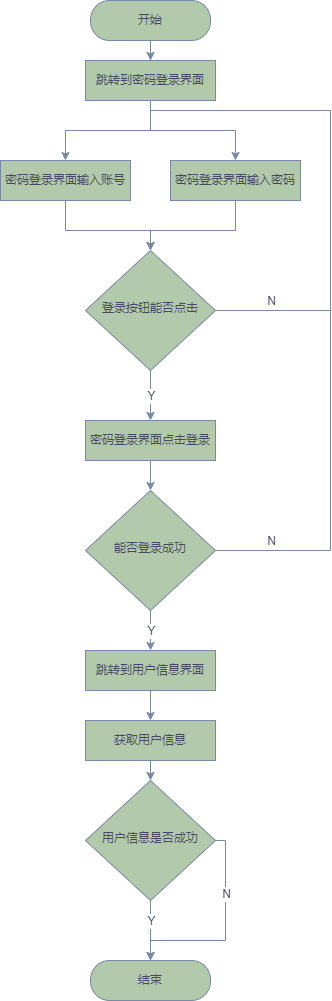
This is x9hp/人脸登录流程图.png from notigit/Image, a draw.io export, as it was before one commit. Source tidied: cells renumbered, new cells last; positions are measured from the earlier drawing's top-left corner, leaving out a move shared by most shapes.
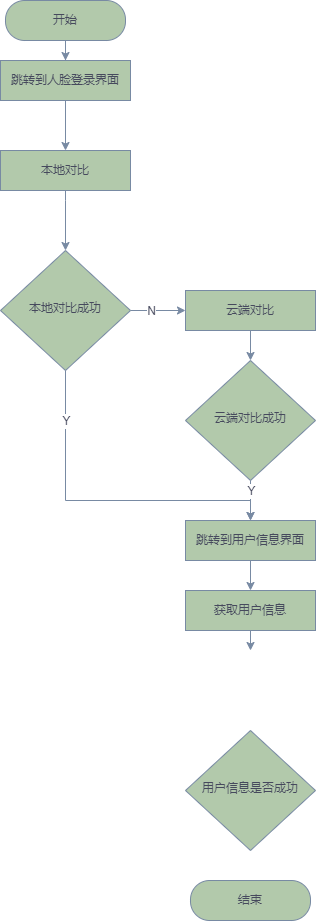
Later version of the same file.

Commit message:
更新人脸登录流程图.png

The edit, as a diff of the source:
```diff
@@ -2,9 +2,6 @@
   <root>
     <mxCell id="0" />
     <mxCell id="1" parent="0" />
-    <mxCell id="2" style="rounded=0;html=1;jettySize=auto;fontSize=11;endArrow=classic;endFill=1;strokeWidth=1;shadow=0;labelBackgroundColor=none;edgeStyle=orthogonalEdgeStyle;strokeColor=#788AA3;fontColor=#46495D;entryX=0.5;entryY=0;entryDx=0;entryDy=0;exitX=0.5;exitY=1;exitDx=0;exitDy=0;" parent="1" edge="1" source="31" target="10">
-      <mxGeometry relative="1" as="geometry" />
-    </mxCell>
     <mxCell id="3" style="edgeStyle=orthogonalEdgeStyle;rounded=0;jettySize=auto;html=1;entryX=0.5;entryY=0;entryDx=0;entryDy=0;fontColor=#46495D;startArrow=none;startFill=0;endArrow=classic;endFill=1;strokeColor=#788AA3;fillColor=#B2C9AB;exitX=0.5;exitY=1;exitDx=0;exitDy=0;" parent="1" edge="1" source="31" target="12">
       <mxGeometry relative="1" as="geometry" />
     </mxCell>
@@ -14,127 +11,83 @@
     <mxCell id="5" value="开始" style="rounded=1;whiteSpace=wrap;html=1;fontSize=12;glass=0;strokeWidth=1;shadow=0;absoluteArcSize=0;arcSize=48;fillColor=#B2C9AB;strokeColor=#788AA3;fontColor=#46495D;" parent="1" vertex="1">
       <mxGeometry x="90" width="120" height="40" as="geometry" />
     </mxCell>
+    <mxCell id="34" style="edgeStyle=orthogonalEdgeStyle;rounded=0;jettySize=auto;html=1;entryX=0;entryY=0.5;entryDx=0;entryDy=0;strokeColor=#788AA3;fontColor=#46495D;" parent="1" edge="1" source="6" target="14">
+      <mxGeometry relative="1" as="geometry">
+        <Array as="points">
+          <mxPoint x="240" y="310" />
+          <mxPoint x="240" y="310" />
+        </Array>
+      </mxGeometry>
+    </mxCell>
+    <mxCell id="35" value="N" style="edgeLabel;html=1;align=center;verticalAlign=middle;fontColor=#46495D;" parent="34" vertex="1">
+      <mxGeometry x="-0.3" relative="1" as="geometry" />
+    </mxCell>
-    <mxCell id="6" value="登录按钮能否点击" style="rhombus;whiteSpace=wrap;html=1;shadow=0;fontFamily=Helvetica;fontSize=12;align=center;strokeWidth=1;spacing=6;spacingTop=-4;fillColor=#B2C9AB;strokeColor=#788AA3;fontColor=#46495D;rounded=0;" parent="1" vertex="1">
+    <mxCell id="6" value="本地对比成功" style="rhombus;whiteSpace=wrap;html=1;shadow=0;fontFamily=Helvetica;fontSize=12;align=center;strokeWidth=1;spacing=6;spacingTop=-4;fillColor=#B2C9AB;strokeColor=#788AA3;fontColor=#46495D;rounded=0;" parent="1" vertex="1">
       <mxGeometry x="85" y="250" width="130" height="120" as="geometry" />
     </mxCell>
-    <mxCell id="7" style="edgeStyle=orthogonalEdgeStyle;rounded=0;jettySize=auto;html=1;fontColor=#46495D;startArrow=none;startFill=0;endArrow=none;endFill=0;strokeColor=#788AA3;fillColor=#B2C9AB;" parent="1" edge="1" source="8" target="26">
-      <mxGeometry relative="1" as="geometry" />
-    </mxCell>
     <mxCell id="8" value="结束" style="rounded=1;whiteSpace=wrap;html=1;fontSize=12;glass=0;strokeWidth=1;shadow=0;fillColor=#B2C9AB;strokeColor=#788AA3;fontColor=#46495D;arcSize=48;" parent="1" vertex="1">
-      <mxGeometry x="90" y="960" width="120" height="40" as="geometry" />
+      <mxGeometry x="275" y="880" width="120" height="40" as="geometry" />
     </mxCell>
-    <mxCell id="9" style="edgeStyle=orthogonalEdgeStyle;rounded=0;jettySize=auto;html=1;fontColor=#46495D;startArrow=none;startFill=0;endArrow=classic;endFill=1;strokeColor=#788AA3;fillColor=#B2C9AB;exitX=0.5;exitY=1;exitDx=0;exitDy=0;entryX=0.5;entryY=0;entryDx=0;entryDy=0;" parent="1" edge="1" source="10" target="6">
-      <mxGeometry relative="1" as="geometry">
-        <Array as="points">
-          <mxPoint x="65" y="230" />
-          <mxPoint x="150" y="230" />
-        </Array>
-      </mxGeometry>
-    </mxCell>
-    <mxCell id="10" value="密码登录界面输入账号" style="rounded=0;whiteSpace=wrap;html=1;fontSize=12;glass=0;strokeWidth=1;shadow=0;fillColor=#B2C9AB;strokeColor=#788AA3;fontColor=#46495D;arcSize=0;" parent="1" vertex="1">
-      <mxGeometry y="160" width="130" height="40" as="geometry" />
-    </mxCell>
     <mxCell id="11" style="edgeStyle=orthogonalEdgeStyle;rounded=0;jettySize=auto;html=1;entryX=0.5;entryY=0;entryDx=0;entryDy=0;fontColor=#46495D;startArrow=none;startFill=0;endArrow=classic;endFill=1;strokeColor=#788AA3;fillColor=#B2C9AB;exitX=0.5;exitY=1;exitDx=0;exitDy=0;" parent="1" edge="1" source="12" target="6">
       <mxGeometry relative="1" as="geometry">
         <Array as="points">
-          <mxPoint x="235" y="230" />
-          <mxPoint x="150" y="230" />
+          <mxPoint x="150" y="200" />
+          <mxPoint x="150" y="200" />
         </Array>
       </mxGeometry>
     </mxCell>
-    <mxCell id="12" value="密码登录界面输入密码" style="rounded=0;whiteSpace=wrap;html=1;fontSize=12;glass=0;strokeWidth=1;shadow=0;fillColor=#B2C9AB;strokeColor=#788AA3;fontColor=#46495D;arcSize=0;" parent="1" vertex="1">
-      <mxGeometry x="170" y="160" width="130" height="40" as="geometry" />
+    <mxCell id="12" value="本地对比" style="rounded=0;whiteSpace=wrap;html=1;fontSize=12;glass=0;strokeWidth=1;shadow=0;fillColor=#B2C9AB;strokeColor=#788AA3;fontColor=#46495D;arcSize=0;" parent="1" vertex="1">
+      <mxGeometry x="85" y="150" width="130" height="40" as="geometry" />
     </mxCell>
     <mxCell id="13" style="edgeStyle=orthogonalEdgeStyle;rounded=0;jettySize=auto;html=1;fontColor=#46495D;startArrow=none;startFill=0;endArrow=classic;endFill=1;strokeColor=#788AA3;fillColor=#B2C9AB;entryX=0.5;entryY=0;entryDx=0;entryDy=0;exitX=0.5;exitY=1;exitDx=0;exitDy=0;" parent="1" edge="1" source="14" target="15">
       <mxGeometry relative="1" as="geometry" />
     </mxCell>
-    <mxCell id="14" value="密码登录界面点击登录" style="rounded=0;whiteSpace=wrap;html=1;fontSize=12;glass=0;strokeWidth=1;shadow=0;fillColor=#B2C9AB;strokeColor=#788AA3;fontColor=#46495D;arcSize=0;" parent="1" vertex="1">
-      <mxGeometry x="85" y="420" width="130" height="40" as="geometry" />
+    <mxCell id="14" value="云端对比" style="rounded=0;whiteSpace=wrap;html=1;fontSize=12;glass=0;strokeWidth=1;shadow=0;fillColor=#B2C9AB;strokeColor=#788AA3;fontColor=#46495D;arcSize=0;" parent="1" vertex="1">
+      <mxGeometry x="270" y="290" width="130" height="40" as="geometry" />
     </mxCell>
-    <mxCell id="15" value="能否登录成功" style="rhombus;whiteSpace=wrap;html=1;shadow=0;fontFamily=Helvetica;fontSize=12;align=center;strokeWidth=1;spacing=6;spacingTop=-4;fillColor=#B2C9AB;strokeColor=#788AA3;fontColor=#46495D;rounded=0;" parent="1" vertex="1">
-      <mxGeometry x="85" y="490" width="130" height="120" as="geometry" />
+    <mxCell id="15" value="云端对比成功" style="rhombus;whiteSpace=wrap;html=1;shadow=0;fontFamily=Helvetica;fontSize=12;align=center;strokeWidth=1;spacing=6;spacingTop=-4;fillColor=#B2C9AB;strokeColor=#788AA3;fontColor=#46495D;rounded=0;" parent="1" vertex="1">
+      <mxGeometry x="270" y="360" width="130" height="120" as="geometry" />
     </mxCell>
-    <mxCell id="16" style="endArrow=classic;html=1;rounded=0;fontColor=#46495D;strokeColor=#788AA3;fillColor=#B2C9AB;exitX=0.5;exitY=1;exitDx=0;exitDy=0;entryX=0.5;entryY=0;entryDx=0;entryDy=0;" parent="1" edge="1" source="6" target="14">
-      <mxGeometry relative="1" as="geometry" />
+    <mxCell id="16" style="endArrow=classic;html=1;rounded=0;fontColor=#46495D;strokeColor=#788AA3;fillColor=#B2C9AB;exitX=0.5;exitY=1;exitDx=0;exitDy=0;entryX=0.5;entryY=0;entryDx=0;entryDy=0;edgeStyle=orthogonalEdgeStyle;" parent="1" edge="1" source="6" target="33">
+      <mxGeometry relative="1" as="geometry">
+        <Array as="points">
+          <mxPoint x="150" y="500" />
+          <mxPoint x="335" y="500" />
+        </Array>
+      </mxGeometry>
     </mxCell>
     <mxCell id="17" value="Y" style="edgeLabel;html=1;align=center;verticalAlign=middle;rounded=1;fontColor=#46495D;strokeColor=#788AA3;fillColor=#B2C9AB;" parent="16" vertex="1">
-      <mxGeometry relative="1" as="geometry" />
+      <mxGeometry relative="1" as="geometry">
+        <mxPoint x="-38" y="-80" as="offset" />
+      </mxGeometry>
     </mxCell>
     <mxCell id="18" style="endArrow=classic;html=1;rounded=0;fontColor=#46495D;strokeColor=#788AA3;fillColor=#B2C9AB;exitX=0.5;exitY=1;exitDx=0;exitDy=0;entryX=0.5;entryY=0;entryDx=0;entryDy=0;" parent="1" edge="1" source="15" target="33">
       <mxGeometry relative="1" as="geometry" />
     </mxCell>
     <mxCell id="19" value="Y" style="edgeLabel;html=1;align=center;verticalAlign=middle;rounded=1;fontColor=#46495D;strokeColor=#788AA3;fillColor=#B2C9AB;" parent="18" vertex="1">
-      <mxGeometry relative="1" as="geometry" />
+      <mxGeometry relative="1" as="geometry">
+        <mxPoint y="-10" as="offset" />
+      </mxGeometry>
     </mxCell>
-    <mxCell id="20" style="endArrow=none;html=1;rounded=0;fontColor=#46495D;strokeColor=#788AA3;fillColor=#B2C9AB;endFill=0;edgeStyle=orthogonalEdgeStyle;exitX=1;exitY=0.5;exitDx=0;exitDy=0;" parent="1" edge="1" source="6">
-      <mxGeometry relative="1" as="geometry">
-        <mxPoint x="150" y="120" as="targetPoint" />
-        <Array as="points">
-          <mxPoint x="330" y="310" />
-          <mxPoint x="330" y="110" />
-          <mxPoint x="150" y="110" />
-        </Array>
-      </mxGeometry>
-    </mxCell>
-    <mxCell id="21" value="N" style="edgeLabel;html=1;align=center;verticalAlign=middle;rounded=1;fontColor=#46495D;strokeColor=#788AA3;fillColor=#B2C9AB;" parent="20" vertex="1">
-      <mxGeometry relative="1" as="geometry">
-        <mxPoint x="-60" y="128" as="offset" />
-      </mxGeometry>
-    </mxCell>
-    <mxCell id="22" style="endArrow=none;html=1;rounded=0;fontColor=#46495D;strokeColor=#788AA3;fillColor=#B2C9AB;exitX=1;exitY=0.5;exitDx=0;exitDy=0;endFill=0;edgeStyle=orthogonalEdgeStyle;" parent="1" edge="1" source="15">
-      <mxGeometry relative="1" as="geometry">
-        <mxPoint x="150" y="120" as="targetPoint" />
-        <Array as="points">
-          <mxPoint x="330" y="550" />
-          <mxPoint x="330" y="110" />
-          <mxPoint x="150" y="110" />
-        </Array>
-      </mxGeometry>
-    </mxCell>
-    <mxCell id="23" value="N" style="edgeLabel;html=1;align=center;verticalAlign=middle;rounded=1;fontColor=#46495D;strokeColor=#788AA3;fillColor=#B2C9AB;" parent="22" vertex="1">
-      <mxGeometry relative="1" as="geometry">
-        <mxPoint x="-60" y="248" as="offset" />
-      </mxGeometry>
-    </mxCell>
-    <mxCell id="24" style="edgeStyle=orthogonalEdgeStyle;rounded=0;jettySize=auto;html=1;exitX=0.5;exitY=1;exitDx=0;exitDy=0;entryX=0.5;entryY=0;entryDx=0;entryDy=0;fontColor=#46495D;startArrow=none;startFill=0;endArrow=classic;endFill=1;strokeColor=#788AA3;fillColor=#B2C9AB;" parent="1" edge="1" source="25" target="26">
-      <mxGeometry relative="1" as="geometry" />
+    <mxCell id="24" style="edgeStyle=orthogonalEdgeStyle;rounded=0;jettySize=auto;html=1;exitX=0.5;exitY=1;exitDx=0;exitDy=0;entryX=0.5;entryY=0;entryDx=0;entryDy=0;fontColor=#46495D;startArrow=none;startFill=0;endArrow=classic;endFill=1;strokeColor=#788AA3;fillColor=#B2C9AB;" parent="1" edge="1" source="25">
+      <mxGeometry relative="1" as="geometry">
+        <mxPoint x="335" y="650" as="targetPoint" />
+      </mxGeometry>
     </mxCell>
     <mxCell id="25" value="获取用户信息" style="rounded=0;whiteSpace=wrap;html=1;fontSize=12;glass=0;strokeWidth=1;shadow=0;fillColor=#B2C9AB;strokeColor=#788AA3;fontColor=#46495D;arcSize=0;" parent="1" vertex="1">
-      <mxGeometry x="85" y="720" width="130" height="40" as="geometry" />
+      <mxGeometry x="270" y="590" width="130" height="40" as="geometry" />
     </mxCell>
     <mxCell id="26" value="用户信息是否成功" style="rhombus;whiteSpace=wrap;html=1;shadow=0;fontFamily=Helvetica;fontSize=12;align=center;strokeWidth=1;spacing=6;spacingTop=-4;fillColor=#B2C9AB;strokeColor=#788AA3;fontColor=#46495D;rounded=0;" parent="1" vertex="1">
-      <mxGeometry x="85" y="780" width="130" height="120" as="geometry" />
+      <mxGeometry x="270" y="730" width="130" height="120" as="geometry" />
     </mxCell>
-    <mxCell id="27" style="endArrow=classic;html=1;rounded=0;fontColor=#46495D;strokeColor=#788AA3;fillColor=#B2C9AB;exitX=0.5;exitY=1;exitDx=0;exitDy=0;entryX=0.5;entryY=0;entryDx=0;entryDy=0;" parent="1" edge="1" source="26" target="8">
-      <mxGeometry relative="1" as="geometry" />
-    </mxCell>
-    <mxCell id="28" value="Y" style="edgeLabel;html=1;align=center;verticalAlign=middle;rounded=1;fontColor=#46495D;strokeColor=#788AA3;fillColor=#B2C9AB;" parent="27" vertex="1">
-      <mxGeometry relative="1" as="geometry">
-        <mxPoint y="-10" as="offset" />
-      </mxGeometry>
-    </mxCell>
-    <mxCell id="29" style="endArrow=classic;html=1;rounded=0;fontColor=#46495D;strokeColor=#788AA3;fillColor=#B2C9AB;exitX=1;exitY=0.5;exitDx=0;exitDy=0;edgeStyle=orthogonalEdgeStyle;entryX=0.5;entryY=0;entryDx=0;entryDy=0;" parent="1" edge="1" source="26" target="8">
-      <mxGeometry relative="1" as="geometry">
-        <Array as="points">
-          <mxPoint x="225" y="840" />
-          <mxPoint x="225" y="940" />
-          <mxPoint x="150" y="940" />
-        </Array>
-      </mxGeometry>
-    </mxCell>
-    <mxCell id="30" value="N" style="edgeLabel;html=1;align=center;verticalAlign=middle;rounded=1;fontColor=#46495D;strokeColor=#788AA3;fillColor=#B2C9AB;" parent="29" vertex="1">
-      <mxGeometry relative="1" as="geometry">
-        <mxPoint y="-40" as="offset" />
-      </mxGeometry>
-    </mxCell>
-    <mxCell id="31" value="跳转到密码登录界面" style="rounded=0;whiteSpace=wrap;html=1;fontSize=12;glass=0;strokeWidth=1;shadow=0;fillColor=#B2C9AB;strokeColor=#788AA3;fontColor=#46495D;arcSize=0;" parent="1" vertex="1">
+    <mxCell id="31" value="跳转到人脸登录界面" style="rounded=0;whiteSpace=wrap;html=1;fontSize=12;glass=0;strokeWidth=1;shadow=0;fillColor=#B2C9AB;strokeColor=#788AA3;fontColor=#46495D;arcSize=0;" parent="1" vertex="1">
       <mxGeometry x="85" y="60" width="130" height="40" as="geometry" />
     </mxCell>
     <mxCell id="32" style="edgeStyle=orthogonalEdgeStyle;rounded=0;jettySize=auto;html=1;entryX=0.5;entryY=0;entryDx=0;entryDy=0;fontColor=#46495D;startArrow=none;startFill=0;endArrow=classic;endFill=1;strokeColor=#788AA3;fillColor=#B2C9AB;" parent="1" edge="1" source="33" target="25">
       <mxGeometry relative="1" as="geometry" />
     </mxCell>
     <mxCell id="33" value="跳转到用户信息界面" style="rounded=0;whiteSpace=wrap;html=1;fontSize=12;glass=0;strokeWidth=1;shadow=0;fillColor=#B2C9AB;strokeColor=#788AA3;fontColor=#46495D;arcSize=0;" parent="1" vertex="1">
-      <mxGeometry x="85" y="650" width="130" height="40" as="geometry" />
+      <mxGeometry x="270" y="520" width="130" height="40" as="geometry" />
     </mxCell>
   </root>
 </mxGraphModel>
```
